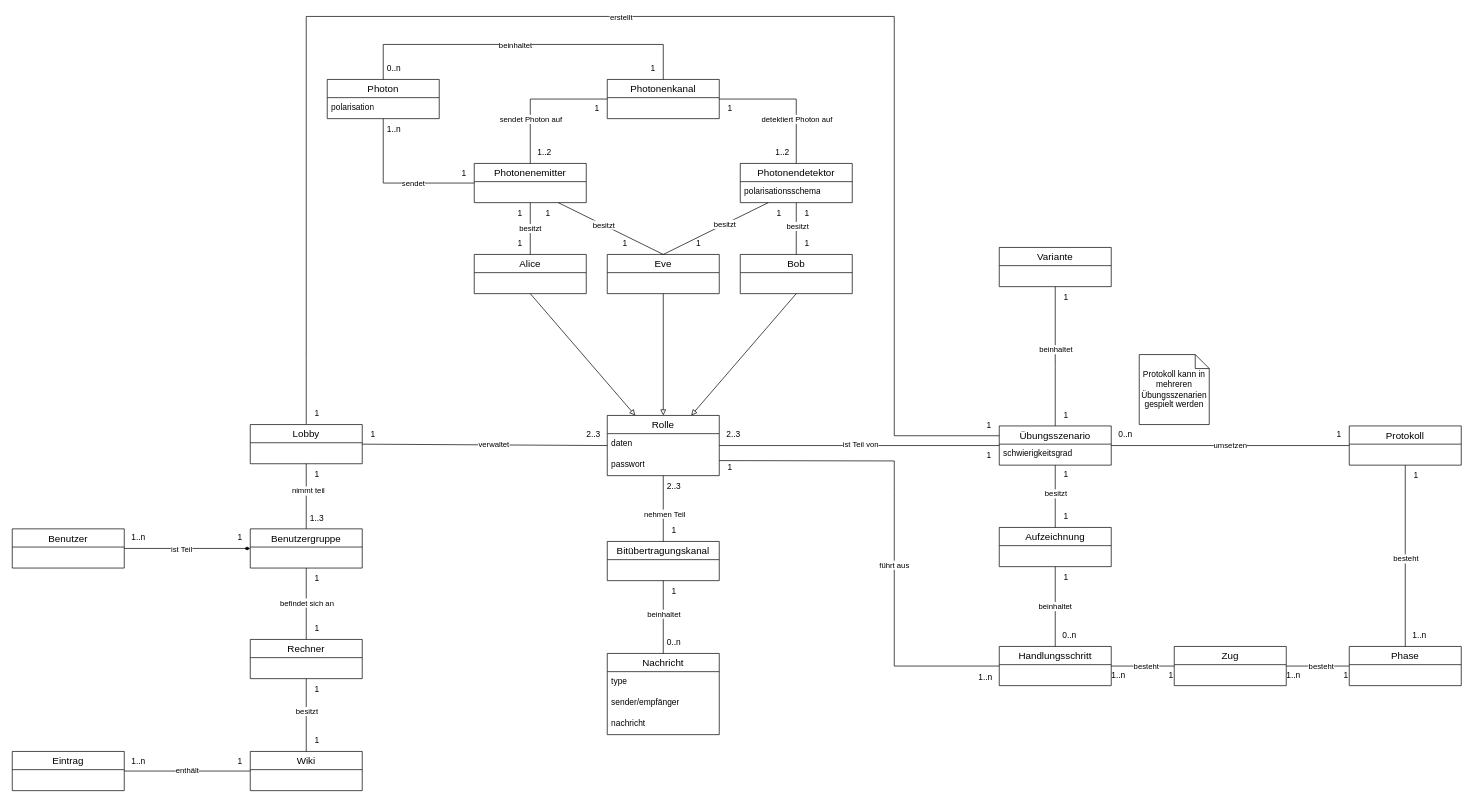
Above: 01_Analyse/Analyse/02 Konzeptuelles Datenmodell/KonzeptuellesDatenmodell_V1.0.drawio in Jonas-Ha/quakrypto (draw.io), before the change. Source tidied: cells renumbered, new cells numbered last; positions are measured from the earlier drawing's top-left corner, leaving out a move shared by most shapes. Both pictures are drawn from the tidied source at 70%, with x=0, y=0 at pixel (12, 16).
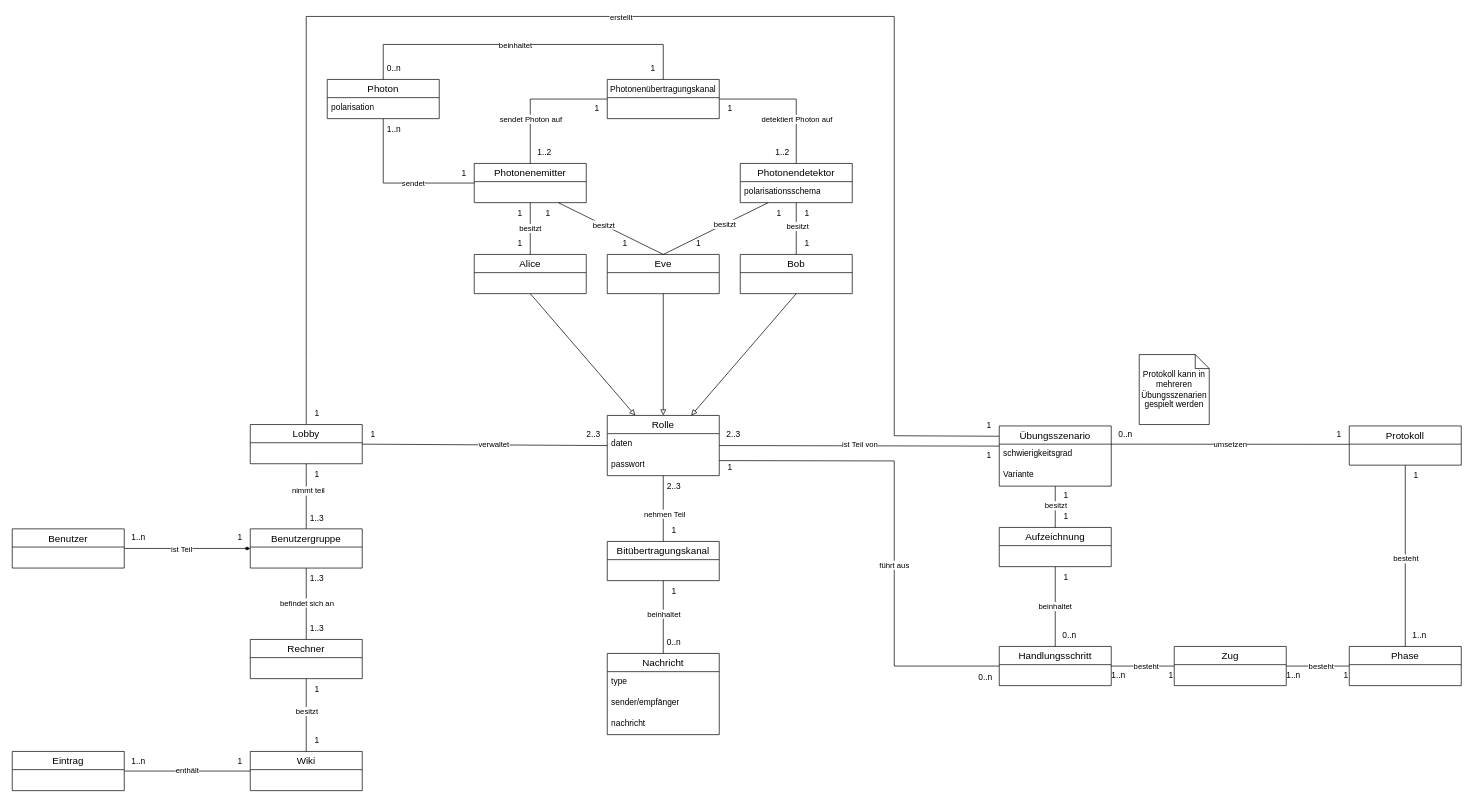
After the change.

Commit message (it also covers changes not shown here):
konzeptuelles Datenmodell in den richtigen Ordner verschoben, Generierung der jpeg-Datei

Unchanged cells that the change refers to:
```xml
<mxCell id="9" value="Rolle" style="swimlane;fontStyle=0;horizontal=1;startSize=26;align=center;fontSize=14;" parent="1" vertex="1">
  <mxGeometry x="850" y="570" width="160" height="86" as="geometry" />
</mxCell>
<mxCell id="63" value="Protokoll" style="swimlane;fontStyle=0;horizontal=1;startSize=26;align=center;fontSize=14;" parent="1" vertex="1">
  <mxGeometry x="1910" y="585" width="160" height="56" as="geometry" />
</mxCell>
<mxCell id="76" value="Lobby" style="swimlane;fontStyle=0;horizontal=1;startSize=26;align=center;fontSize=14;" parent="1" vertex="1">
  <mxGeometry x="340" y="583" width="160" height="56" as="geometry" />
</mxCell>
<mxCell id="97" value="1" style="text;html=1;align=center;verticalAlign=middle;points=[];strokeColor=none;fillColor=none;" parent="1" vertex="1">
  <mxGeometry x="1380" y="570" width="30" height="30" as="geometry" />
</mxCell>
<mxCell id="105" value="1" style="text;html=1;align=center;verticalAlign=middle;points=[];strokeColor=none;fillColor=none;" parent="1" vertex="1">
  <mxGeometry x="1380" y="613" width="30" height="30" as="geometry" />
</mxCell>
<mxCell id="112" value="0..n" style="text;html=1;align=center;verticalAlign=middle;points=[];strokeColor=none;fillColor=none;" parent="1" vertex="1">
  <mxGeometry x="1570" y="583" width="40" height="30" as="geometry" />
</mxCell>
<mxCell id="113" value="1" style="text;html=1;align=center;verticalAlign=middle;points=[];strokeColor=none;fillColor=none;" parent="1" vertex="1">
  <mxGeometry x="1880" y="583" width="30" height="30" as="geometry" />
</mxCell>
```

Diff of the diagram source:
```diff
@@
-    <mxCell id="2" value="Photonenkanal" style="swimlane;fontStyle=0;horizontal=1;startSize=26;align=center;fontSize=14;" parent="1" vertex="1">
+    <mxCell id="2" value="Photonenübertragungskanal" style="swimlane;fontStyle=0;horizontal=1;startSize=26;align=center;fontSize=12;" parent="1" vertex="1">
       <mxGeometry x="850" y="90" width="160" height="56" as="geometry" />
     </mxCell>
@@
     <mxCell id="25" value="Übungsszenario" style="swimlane;fontStyle=0;horizontal=1;startSize=26;align=center;fontSize=14;" parent="1" vertex="1">
-      <mxGeometry x="1410" y="585" width="160" height="56" as="geometry" />
+      <mxGeometry x="1410" y="585" width="160" height="86" as="geometry" />
     </mxCell>
@@
+    <mxCell id="58" value="Variante" style="text;strokeColor=none;fillColor=none;spacingLeft=4;spacingRight=4;overflow=hidden;points=[[0,0.5],[1,0.5]];portConstraint=eastwest;fontSize=12;whiteSpace=wrap;html=1;" parent="25" vertex="1">
+      <mxGeometry y="56" width="160" height="30" as="geometry" />
+    </mxCell>
-    <mxCell id="27" style="endArrow=none;html=1;rounded=0;exitX=1;exitY=0.5;exitDx=0;exitDy=0;entryX=0;entryY=0.5;entryDx=0;entryDy=0;" parent="1" edge="1" source="9" target="25">
+    <mxCell id="27" style="endArrow=none;html=1;rounded=0;exitX=1;exitY=0.5;exitDx=0;exitDy=0;entryX=1.007;entryY=0.027;entryDx=0;entryDy=0;entryPerimeter=0;" parent="1" edge="1" source="9" target="105">
       <mxGeometry relative="1" as="geometry" />
     </mxCell>
@@
-    <mxCell id="58" value="Variante" style="swimlane;fontStyle=0;horizontal=1;startSize=26;align=center;fontSize=14;" parent="1" vertex="1">
-      <mxGeometry x="1410" y="330" width="160" height="56" as="geometry" />
-    </mxCell>
-    <mxCell id="59" style="endArrow=none;html=1;rounded=0;exitX=0.5;exitY=0;exitDx=0;exitDy=0;entryX=0.5;entryY=1;entryDx=0;entryDy=0;" parent="1" edge="1" source="25" target="58">
-      <mxGeometry relative="1" as="geometry">
-        <Array as="points">
-          <mxPoint x="1490" y="500" />
-        </Array>
-      </mxGeometry>
-    </mxCell>
-    <mxCell id="60" value="beinhaltet" style="edgeLabel;html=1;align=center;verticalAlign=middle;" parent="59" vertex="1">
-      <mxGeometry x="0.1" y="-1" relative="1" as="geometry">
-        <mxPoint x="-1" y="-1" as="offset" />
-      </mxGeometry>
-    </mxCell>
@@
-    <mxCell id="68" value="umsetzen" style="endArrow=none;html=1;rounded=0;entryX=0;entryY=0.5;entryDx=0;entryDy=0;exitX=1;exitY=0.5;exitDx=0;exitDy=0;" parent="1" edge="1" source="25" target="63">
+    <mxCell id="68" value="umsetzen" style="endArrow=none;html=1;rounded=0;entryX=1;entryY=0.941;entryDx=0;entryDy=0;exitX=-0.005;exitY=0.933;exitDx=0;exitDy=0;exitPerimeter=0;entryPerimeter=0;" parent="1" edge="1" source="112" target="113">
       <mxGeometry relative="1" as="geometry" />
     </mxCell>
-    <mxCell id="69" style="endArrow=none;html=1;rounded=0;exitX=0.5;exitY=0;exitDx=0;exitDy=0;entryX=0;entryY=0.25;entryDx=0;entryDy=0;" parent="1" edge="1" source="76" target="25">
+    <mxCell id="69" style="endArrow=none;html=1;rounded=0;exitX=0.5;exitY=0;exitDx=0;exitDy=0;entryX=0.99;entryY=0.99;entryDx=0;entryDy=0;entryPerimeter=0;" parent="1" edge="1" source="76" target="97">
       <mxGeometry relative="1" as="geometry">
         <Array as="points">
           <mxPoint x="420" y="490" />
           <mxPoint x="420" />
           <mxPoint x="1260" />
           <mxPoint x="1260" y="599" />
         </Array>
       </mxGeometry>
     </mxCell>
@@
-    <mxCell id="90" value="1" style="text;html=1;align=center;verticalAlign=middle;strokeColor=none;fillColor=none;" parent="1" vertex="1">
-      <mxGeometry x="420" y="788" width="30" height="30" as="geometry" />
+    <mxCell id="90" value="1..3" style="text;html=1;align=center;verticalAlign=middle;strokeColor=none;fillColor=none;" parent="1" vertex="1">
+      <mxGeometry x="415" y="793" width="40" height="20" as="geometry" />
     </mxCell>
-    <mxCell id="91" value="1" style="text;html=1;align=center;verticalAlign=middle;strokeColor=none;fillColor=none;" parent="1" vertex="1">
-      <mxGeometry x="420" y="860" width="30" height="30" as="geometry" />
+    <mxCell id="91" value="1..3" style="text;html=1;align=center;verticalAlign=middle;strokeColor=none;fillColor=none;" parent="1" vertex="1">
+      <mxGeometry x="415" y="865" width="40" height="20" as="geometry" />
     </mxCell>
@@
-    <mxCell id="103" value="1..n" style="text;html=1;align=center;verticalAlign=middle;strokeColor=none;fillColor=none;" parent="1" vertex="1">
-      <mxGeometry x="1370" y="930" width="40" height="30" as="geometry" />
+    <mxCell id="103" value="0..n" style="text;html=1;align=center;verticalAlign=middle;strokeColor=none;fillColor=none;" parent="1" vertex="1">
+      <mxGeometry x="1370" y="935" width="40" height="20" as="geometry" />
     </mxCell>
@@
-    <mxCell id="106" value="1" style="text;html=1;align=center;verticalAlign=middle;strokeColor=none;fillColor=none;" parent="1" vertex="1">
-      <mxGeometry x="1490" y="555" width="30" height="30" as="geometry" />
-    </mxCell>
-    <mxCell id="107" value="1" style="text;html=1;align=center;verticalAlign=middle;strokeColor=none;fillColor=none;" parent="1" vertex="1">
-      <mxGeometry x="1490" y="386" width="30" height="30" as="geometry" />
-    </mxCell>
@@
     <mxCell id="110" value="1" style="text;html=1;align=center;verticalAlign=middle;strokeColor=none;fillColor=none;" parent="1" vertex="1">
-      <mxGeometry x="1490" y="640" width="30" height="30" as="geometry" />
+      <mxGeometry x="1490" y="669" width="30" height="30" as="geometry" />
     </mxCell>
```
